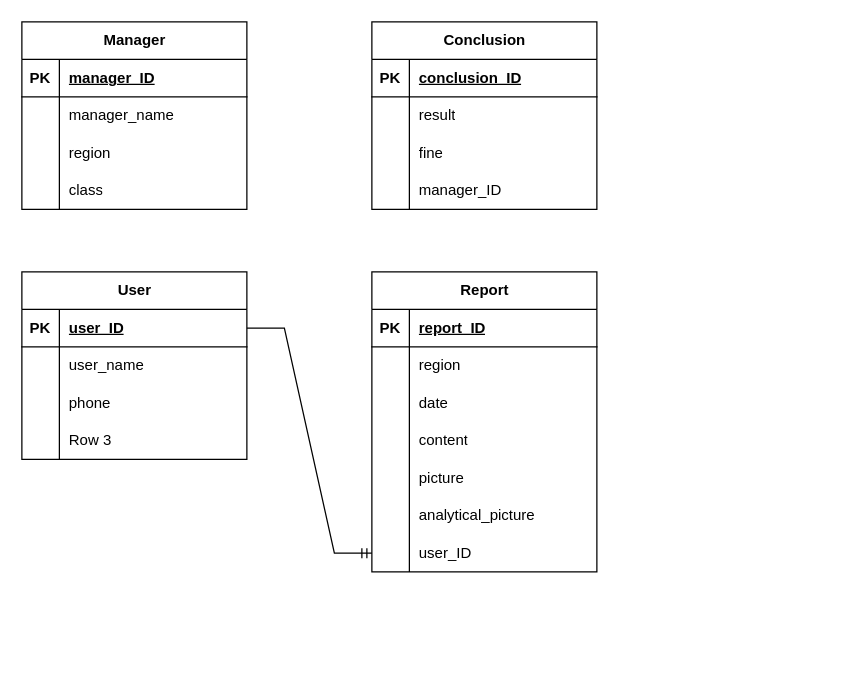
This is Kyonggi Traffic Solution.drawio from ParkerQH/Kyonggi-Traffic-Solution_Web, a draw.io file, before an edit. Source tidied: cells renumbered, new cells numbered last; positions are measured from the earlier drawing's top-left corner, leaving out a move shared by most shapes. Both pictures are drawn from the tidied source at 125%, with x=0, y=0 at pixel (21, 21).
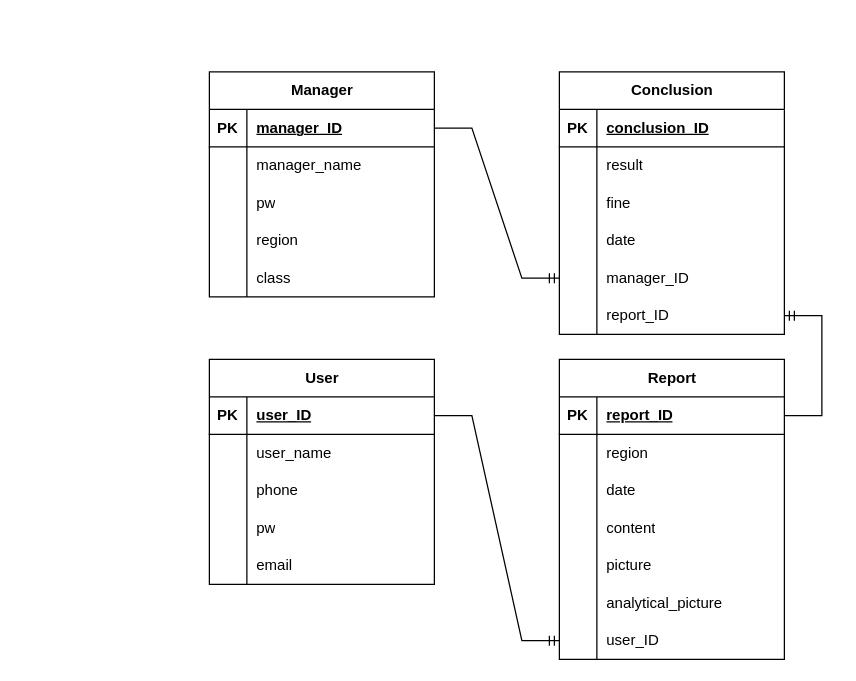
The same diagram, later.

The change refers to these unchanged cells:
```xml
<mxCell id="3" style="shape=tableRow;horizontal=0;startSize=0;swimlaneHead=0;swimlaneBody=0;fillColor=none;points=[[0,0.5],[1,0.5]];portConstraint=eastwest;top=0;left=0;right=0;bottom=1;" parent="2" vertex="1">
  <mxGeometry y="30" width="180" height="30" as="geometry" />
</mxCell>
<mxCell id="25" style="shape=tableRow;horizontal=0;startSize=0;swimlaneHead=0;swimlaneBody=0;fillColor=none;top=0;left=0;right=0;bottom=0;" parent="15" vertex="1">
  <mxGeometry y="120" width="180" height="30" as="geometry" />
</mxCell>
<mxCell id="29" style="shape=tableRow;horizontal=0;startSize=0;swimlaneHead=0;swimlaneBody=0;fillColor=none;points=[[0,0.5],[1,0.5]];portConstraint=eastwest;top=0;left=0;right=0;bottom=1;" parent="28" vertex="1">
  <mxGeometry y="30" width="180" height="30" as="geometry" />
</mxCell>
```

What changed in the source:
```diff
@@
     <mxCell id="2" value="Manager" style="shape=table;startSize=30;childLayout=tableLayout;rowLines=0;fontStyle=1;align=center;html=1;" parent="1" vertex="1">
-      <mxGeometry width="180" height="150" as="geometry" />
+      <mxGeometry x="150" y="40" width="180" height="180" as="geometry" />
     </mxCell>
@@
+    <mxCell id="66" style="shape=tableRow;horizontal=0;startSize=0;swimlaneHead=0;swimlaneBody=0;fillColor=none;top=0;left=0;right=0;bottom=0;" parent="2" vertex="1">
+      <mxGeometry y="90" width="180" height="30" as="geometry" />
+    </mxCell>
+    <mxCell id="67" style="shape=partialRectangle;fillColor=none;top=0;left=0;bottom=0;right=0;overflow=hidden;whiteSpace=wrap;html=1;" parent="66" vertex="1">
+      <mxGeometry width="30" height="30" as="geometry" />
+    </mxCell>
+    <mxCell id="68" value="pw" style="shape=partialRectangle;fillColor=none;top=0;left=0;bottom=0;right=0;align=left;spacingLeft=6;overflow=hidden;whiteSpace=wrap;html=1;" parent="66" vertex="1">
+      <mxGeometry x="30" width="150" height="30" as="geometry" />
+    </mxCell>
     <mxCell id="9" style="shape=tableRow;horizontal=0;startSize=0;swimlaneHead=0;swimlaneBody=0;fillColor=none;top=0;left=0;right=0;bottom=0;" parent="2" vertex="1">
-      <mxGeometry y="90" width="180" height="30" as="geometry" />
+      <mxGeometry y="120" width="180" height="30" as="geometry" />
     </mxCell>
@@
     <mxCell id="12" style="shape=tableRow;horizontal=0;startSize=0;swimlaneHead=0;swimlaneBody=0;fillColor=none;top=0;left=0;right=0;bottom=0;" parent="2" vertex="1">
-      <mxGeometry y="120" width="180" height="30" as="geometry" />
+      <mxGeometry y="150" width="180" height="30" as="geometry" />
     </mxCell>
@@
     <mxCell id="15" value="User" style="shape=table;startSize=30;childLayout=tableLayout;rowLines=0;fontStyle=1;align=center;html=1;" parent="1" vertex="1">
-      <mxGeometry y="200" width="180" height="150" as="geometry" />
+      <mxGeometry x="150" y="270" width="180" height="180" as="geometry" />
     </mxCell>
@@
-    <mxCell id="27" value="Row 3" style="shape=partialRectangle;fillColor=none;top=0;left=0;bottom=0;right=0;align=left;spacingLeft=6;overflow=hidden;whiteSpace=wrap;html=1;" parent="25" vertex="1">
+    <mxCell id="27" value="pw" style="shape=partialRectangle;fillColor=none;top=0;left=0;bottom=0;right=0;align=left;spacingLeft=6;overflow=hidden;whiteSpace=wrap;html=1;" parent="25" vertex="1">
       <mxGeometry x="30" width="150" height="30" as="geometry" />
     </mxCell>
+    <mxCell id="69" style="shape=tableRow;horizontal=0;startSize=0;swimlaneHead=0;swimlaneBody=0;fillColor=none;top=0;left=0;right=0;bottom=0;" parent="15" vertex="1">
+      <mxGeometry y="150" width="180" height="30" as="geometry" />
+    </mxCell>
+    <mxCell id="70" style="shape=partialRectangle;fillColor=none;top=0;left=0;bottom=0;right=0;overflow=hidden;whiteSpace=wrap;html=1;" parent="69" vertex="1">
+      <mxGeometry width="30" height="30" as="geometry" />
+    </mxCell>
+    <mxCell id="71" value="email" style="shape=partialRectangle;fillColor=none;top=0;left=0;bottom=0;right=0;align=left;spacingLeft=6;overflow=hidden;whiteSpace=wrap;html=1;" parent="69" vertex="1">
+      <mxGeometry x="30" width="150" height="30" as="geometry" />
+    </mxCell>
     <mxCell id="28" value="Report" style="shape=table;startSize=30;childLayout=tableLayout;rowLines=0;fontStyle=1;align=center;html=1;" parent="1" vertex="1">
-      <mxGeometry x="280" y="200" width="180" height="240" as="geometry" />
+      <mxGeometry x="430" y="270" width="180" height="240" as="geometry" />
     </mxCell>
@@
-    <mxCell id="50" style="shape=tableRow;horizontal=0;startSize=0;swimlaneHead=0;swimlaneBody=0;fillColor=none;top=0;left=0;right=0;bottom=0;" parent="1" vertex="1">
-      <mxGeometry x="470" y="270" width="180" height="30" as="geometry" />
-    </mxCell>
-    <mxCell id="51" style="shape=partialRectangle;fillColor=none;top=0;left=0;bottom=0;right=0;overflow=hidden;whiteSpace=wrap;html=1;" parent="50" vertex="1">
-      <mxGeometry width="30" height="30" as="geometry" />
-    </mxCell>
@@
     <mxCell id="53" value="Conclusion" style="shape=table;startSize=30;childLayout=tableLayout;rowLines=0;fontStyle=1;align=center;html=1;" parent="1" vertex="1">
-      <mxGeometry x="280" width="180" height="150" as="geometry" />
+      <mxGeometry x="430" y="40" width="180" height="210" as="geometry" />
     </mxCell>
@@
+    <mxCell id="72" style="shape=tableRow;horizontal=0;startSize=0;swimlaneHead=0;swimlaneBody=0;fillColor=none;top=0;left=0;right=0;bottom=0;" parent="53" vertex="1">
+      <mxGeometry y="120" width="180" height="30" as="geometry" />
+    </mxCell>
+    <mxCell id="73" style="shape=partialRectangle;fillColor=none;top=0;left=0;bottom=0;right=0;overflow=hidden;whiteSpace=wrap;html=1;" parent="72" vertex="1">
+      <mxGeometry width="30" height="30" as="geometry" />
+    </mxCell>
+    <mxCell id="74" value="date" style="shape=partialRectangle;fillColor=none;top=0;left=0;bottom=0;right=0;align=left;spacingLeft=6;overflow=hidden;whiteSpace=wrap;html=1;" parent="72" vertex="1">
+      <mxGeometry x="30" width="150" height="30" as="geometry" />
+    </mxCell>
     <mxCell id="63" style="shape=tableRow;horizontal=0;startSize=0;swimlaneHead=0;swimlaneBody=0;fillColor=none;points=[[0,0.5],[1,0.5]];portConstraint=eastwest;top=0;left=0;right=0;bottom=0;" parent="53" vertex="1">
-      <mxGeometry y="120" width="180" height="30" as="geometry" />
+      <mxGeometry y="150" width="180" height="30" as="geometry" />
     </mxCell>
@@
+    <mxCell id="75" style="shape=tableRow;horizontal=0;startSize=0;swimlaneHead=0;swimlaneBody=0;fillColor=none;points=[[0,0.5],[1,0.5]];portConstraint=eastwest;top=0;left=0;right=0;bottom=0;" parent="53" vertex="1">
+      <mxGeometry y="180" width="180" height="30" as="geometry" />
+    </mxCell>
+    <mxCell id="76" style="shape=partialRectangle;fillColor=none;top=0;left=0;bottom=0;right=0;overflow=hidden;whiteSpace=wrap;html=1;" parent="75" vertex="1">
+      <mxGeometry width="30" height="30" as="geometry" />
+    </mxCell>
+    <mxCell id="77" value="report_ID" style="shape=partialRectangle;fillColor=none;top=0;left=0;bottom=0;right=0;align=left;spacingLeft=6;overflow=hidden;whiteSpace=wrap;html=1;" parent="75" vertex="1">
+      <mxGeometry x="30" width="150" height="30" as="geometry" />
+    </mxCell>
+    <mxCell id="78" style="edgeStyle=entityRelationEdgeStyle;fontSize=12;html=1;endArrow=ERmandOne;rounded=0;" parent="1" edge="1" source="3" target="63">
+      <mxGeometry relative="1" as="geometry" />
+    </mxCell>
+    <mxCell id="79" style="edgeStyle=entityRelationEdgeStyle;fontSize=12;html=1;endArrow=ERmandOne;rounded=0;" parent="1" edge="1" source="29" target="75">
+      <mxGeometry relative="1" as="geometry" />
+    </mxCell>
```
